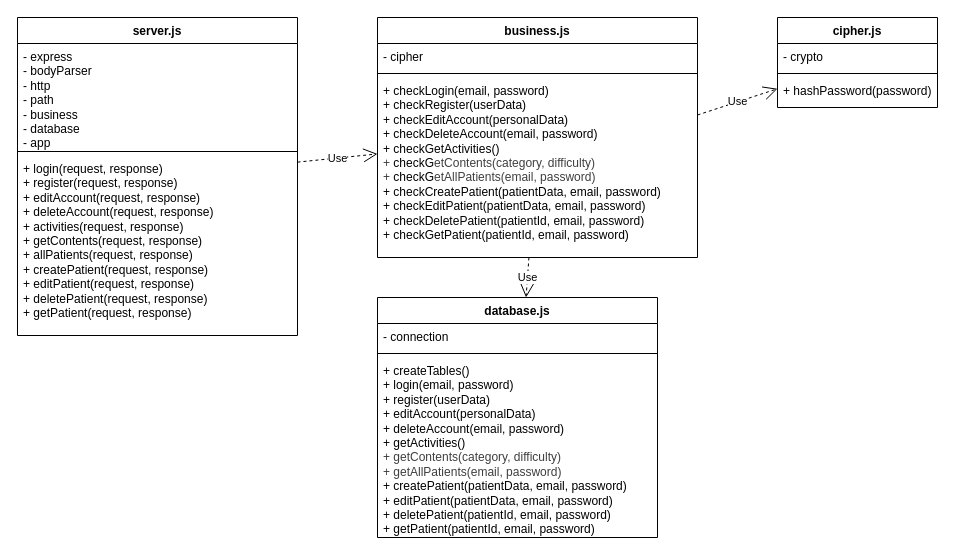
Above: docs/UML/rehabrain_componenti_server.drawio in Fix-22/rehabrain-web (draw.io), before the change. Source tidied: cells renumbered, new cells numbered last; positions are measured from the earlier drawing's top-left corner, leaving out a move shared by most shapes. Both pictures are drawn from the tidied source at 100%, with x=0, y=0 at pixel (17, 17).
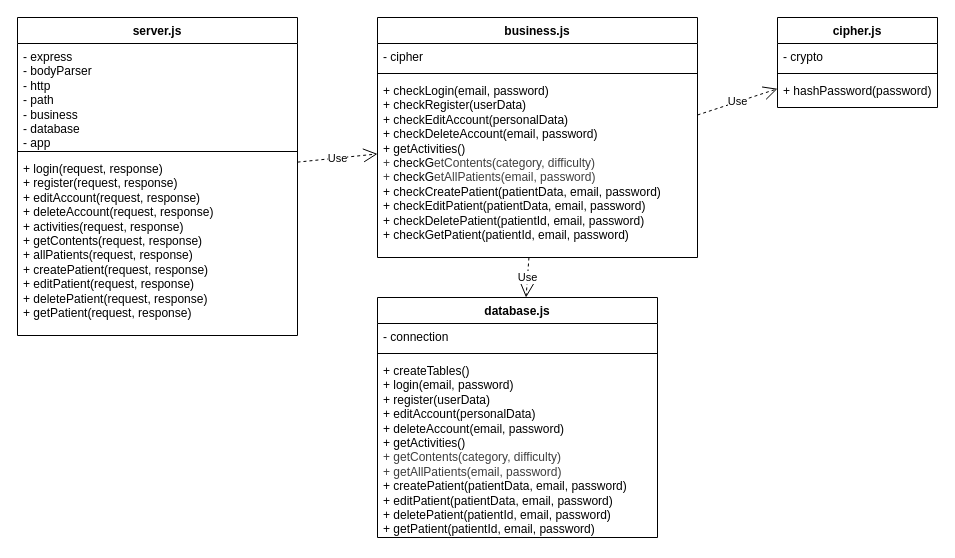
Above is the later version.

The change refers to these unchanged cells:
```xml
<mxCell id="11" value="business.js" style="swimlane;fontStyle=1;align=center;verticalAlign=top;horizontal=1;startSize=26;whiteSpace=wrap;html=1;" parent="1" vertex="1">
  <mxGeometry x="360" width="320" height="240" as="geometry" />
</mxCell>
```

What changed in the source:
```diff
@@
-    <mxCell id="14" value="&lt;span style=&quot;color: light-dark(rgb(0, 0, 0), rgb(255, 255, 255)); background-color: transparent;&quot;&gt;+ checkLogin(email, password)&lt;/span&gt;&lt;div&gt;&lt;div&gt;+ checkRegister(userData)&lt;/div&gt;&lt;div&gt;+&amp;nbsp;&lt;span style=&quot;background-color: transparent; color: light-dark(rgb(0, 0, 0), rgb(255, 255, 255));&quot;&gt;checkE&lt;/span&gt;&lt;span style=&quot;background-color: transparent; color: light-dark(rgb(0, 0, 0), rgb(255, 255, 255));&quot;&gt;ditAccount(personalData)&lt;/span&gt;&lt;/div&gt;&lt;div&gt;+&amp;nbsp;&lt;span style=&quot;background-color: transparent; color: light-dark(rgb(0, 0, 0), rgb(255, 255, 255));&quot;&gt;checkD&lt;/span&gt;&lt;span style=&quot;background-color: transparent; color: light-dark(rgb(0, 0, 0), rgb(255, 255, 255));&quot;&gt;eleteAccount(email, password)&lt;/span&gt;&lt;/div&gt;&lt;div&gt;+&amp;nbsp;&lt;span style=&quot;background-color: transparent; color: light-dark(rgb(0, 0, 0), rgb(255, 255, 255));&quot;&gt;checkG&lt;/span&gt;&lt;span style=&quot;background-color: transparent; color: light-dark(rgb(0, 0, 0), rgb(255, 255, 255));&quot;&gt;etActivities()&lt;/span&gt;&lt;/div&gt;&lt;div&gt;&lt;span style=&quot;color: rgb(63, 63, 63);&quot;&gt;+&amp;nbsp;&lt;/span&gt;&lt;span style=&quot;background-color: transparent; color: light-dark(rgb(0, 0, 0), rgb(255, 255, 255));&quot;&gt;checkG&lt;/span&gt;&lt;span style=&quot;color: rgb(63, 63, 63); background-color: transparent;&quot;&gt;etContents(category, difficulty)&lt;/span&gt;&lt;/div&gt;&lt;div&gt;&lt;span style=&quot;color: rgb(63, 63, 63);&quot;&gt;+&amp;nbsp;&lt;/span&gt;&lt;span style=&quot;background-color: transparent; color: light-dark(rgb(0, 0, 0), rgb(255, 255, 255));&quot;&gt;checkG&lt;/span&gt;&lt;span style=&quot;color: rgb(63, 63, 63); background-color: transparent;&quot;&gt;etAllPatients(email, password)&lt;/span&gt;&lt;/div&gt;&lt;div&gt;+&amp;nbsp;&lt;span style=&quot;background-color: transparent; color: light-dark(rgb(0, 0, 0), rgb(255, 255, 255));&quot;&gt;checkC&lt;/span&gt;&lt;span style=&quot;background-color: transparent; color: light-dark(rgb(0, 0, 0), rgb(255, 255, 255));&quot;&gt;reatePatient(patientData, email, password)&lt;/span&gt;&lt;/div&gt;&lt;div&gt;+&amp;nbsp;&lt;span style=&quot;background-color: transparent; color: light-dark(rgb(0, 0, 0), rgb(255, 255, 255));&quot;&gt;checkE&lt;/span&gt;&lt;span style=&quot;background-color: transparent; color: light-dark(rgb(0, 0, 0), rgb(255, 255, 255));&quot;&gt;ditPatient(patientData, email, password)&lt;/span&gt;&lt;/div&gt;&lt;div&gt;+&amp;nbsp;&lt;span style=&quot;background-color: transparent; color: light-dark(rgb(0, 0, 0), rgb(255, 255, 255));&quot;&gt;checkD&lt;/span&gt;&lt;span style=&quot;background-color: transparent; color: light-dark(rgb(0, 0, 0), rgb(255, 255, 255));&quot;&gt;eletePatient(patientId, email, password)&lt;/span&gt;&lt;/div&gt;&lt;div&gt;+&amp;nbsp;&lt;span style=&quot;background-color: transparent; color: light-dark(rgb(0, 0, 0), rgb(255, 255, 255));&quot;&gt;checkG&lt;/span&gt;&lt;span style=&quot;background-color: transparent; color: light-dark(rgb(0, 0, 0), rgb(255, 255, 255));&quot;&gt;etPatient(patientId, email, password)&lt;/span&gt;&lt;/div&gt;&lt;/div&gt;" style="text;strokeColor=none;fillColor=none;align=left;verticalAlign=top;spacingLeft=4;spacingRight=4;overflow=hidden;points=[[0,0.5],[1,0.5]];portConstraint=eastwest;whiteSpace=wrap;html=1;" parent="11" vertex="1">
+    <mxCell id="14" value="&lt;span style=&quot;color: light-dark(rgb(0, 0, 0), rgb(255, 255, 255)); background-color: transparent;&quot;&gt;+ checkLogin(email, password)&lt;/span&gt;&lt;div&gt;&lt;div&gt;+ checkRegister(userData)&lt;/div&gt;&lt;div&gt;+&amp;nbsp;&lt;span style=&quot;background-color: transparent; color: light-dark(rgb(0, 0, 0), rgb(255, 255, 255));&quot;&gt;checkE&lt;/span&gt;&lt;span style=&quot;background-color: transparent; color: light-dark(rgb(0, 0, 0), rgb(255, 255, 255));&quot;&gt;ditAccount(personalData)&lt;/span&gt;&lt;/div&gt;&lt;div&gt;+&amp;nbsp;&lt;span style=&quot;background-color: transparent; color: light-dark(rgb(0, 0, 0), rgb(255, 255, 255));&quot;&gt;checkD&lt;/span&gt;&lt;span style=&quot;background-color: transparent; color: light-dark(rgb(0, 0, 0), rgb(255, 255, 255));&quot;&gt;eleteAccount(email, password)&lt;/span&gt;&lt;/div&gt;&lt;div&gt;+ g&lt;span style=&quot;background-color: transparent; color: light-dark(rgb(0, 0, 0), rgb(255, 255, 255));&quot;&gt;etActivities()&lt;/span&gt;&lt;/div&gt;&lt;div&gt;&lt;span style=&quot;color: rgb(63, 63, 63);&quot;&gt;+&amp;nbsp;&lt;/span&gt;&lt;span style=&quot;background-color: transparent; color: light-dark(rgb(0, 0, 0), rgb(255, 255, 255));&quot;&gt;checkG&lt;/span&gt;&lt;span style=&quot;color: rgb(63, 63, 63); background-color: transparent;&quot;&gt;etContents(category, difficulty)&lt;/span&gt;&lt;/div&gt;&lt;div&gt;&lt;span style=&quot;color: rgb(63, 63, 63);&quot;&gt;+&amp;nbsp;&lt;/span&gt;&lt;span style=&quot;background-color: transparent; color: light-dark(rgb(0, 0, 0), rgb(255, 255, 255));&quot;&gt;checkG&lt;/span&gt;&lt;span style=&quot;color: rgb(63, 63, 63); background-color: transparent;&quot;&gt;etAllPatients(email, password)&lt;/span&gt;&lt;/div&gt;&lt;div&gt;+&amp;nbsp;&lt;span style=&quot;background-color: transparent; color: light-dark(rgb(0, 0, 0), rgb(255, 255, 255));&quot;&gt;checkC&lt;/span&gt;&lt;span style=&quot;background-color: transparent; color: light-dark(rgb(0, 0, 0), rgb(255, 255, 255));&quot;&gt;reatePatient(patientData, email, password)&lt;/span&gt;&lt;/div&gt;&lt;div&gt;+&amp;nbsp;&lt;span style=&quot;background-color: transparent; color: light-dark(rgb(0, 0, 0), rgb(255, 255, 255));&quot;&gt;checkE&lt;/span&gt;&lt;span style=&quot;background-color: transparent; color: light-dark(rgb(0, 0, 0), rgb(255, 255, 255));&quot;&gt;ditPatient(patientData, email, password)&lt;/span&gt;&lt;/div&gt;&lt;div&gt;+&amp;nbsp;&lt;span style=&quot;background-color: transparent; color: light-dark(rgb(0, 0, 0), rgb(255, 255, 255));&quot;&gt;checkD&lt;/span&gt;&lt;span style=&quot;background-color: transparent; color: light-dark(rgb(0, 0, 0), rgb(255, 255, 255));&quot;&gt;eletePatient(patientId, email, password)&lt;/span&gt;&lt;/div&gt;&lt;div&gt;+&amp;nbsp;&lt;span style=&quot;background-color: transparent; color: light-dark(rgb(0, 0, 0), rgb(255, 255, 255));&quot;&gt;checkG&lt;/span&gt;&lt;span style=&quot;background-color: transparent; color: light-dark(rgb(0, 0, 0), rgb(255, 255, 255));&quot;&gt;etPatient(patientId, email, password)&lt;/span&gt;&lt;/div&gt;&lt;/div&gt;" style="text;strokeColor=none;fillColor=none;align=left;verticalAlign=top;spacingLeft=4;spacingRight=4;overflow=hidden;points=[[0,0.5],[1,0.5]];portConstraint=eastwest;whiteSpace=wrap;html=1;" parent="11" vertex="1">
       <mxGeometry y="60" width="320" height="180" as="geometry" />
     </mxCell>
```
